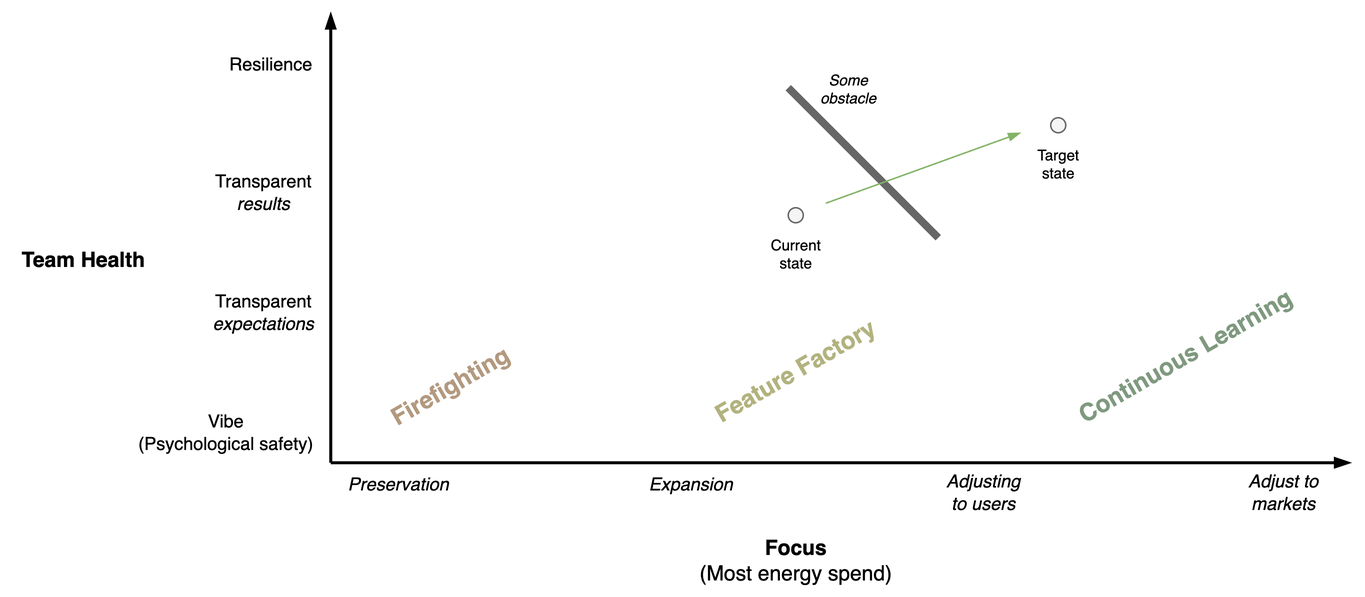
The draw.io diagram img/map-maturity-health.png in voschezang/coding-handbook, before a commit. Source tidied: cells renumbered, new cells last; positions are measured from the earlier drawing's top-left corner, leaving out a move shared by most shapes. The source it was exported from:
```xml
<mxGraphModel>
  <root>
    <mxCell id="0" />
    <mxCell id="1" parent="0" />
    <mxCell id="2" style="endArrow=blockThin;html=1;rounded=0;labelBackgroundColor=default;strokeColor=default;align=center;verticalAlign=middle;fontFamily=Helvetica;fontSize=11;fontColor=default;shape=connector;strokeWidth=2;endFill=1;" parent="1" edge="1">
      <mxGeometry relative="1" as="geometry">
        <mxPoint x="220" y="300" as="sourcePoint" />
        <mxPoint x="900" y="300" as="targetPoint" />
      </mxGeometry>
    </mxCell>
    <mxCell id="3" style="endArrow=blockThin;html=1;rounded=0;labelBackgroundColor=default;strokeColor=default;align=center;verticalAlign=middle;fontFamily=Helvetica;fontSize=11;fontColor=default;shape=connector;strokeWidth=2;endFill=1;" parent="1" edge="1">
      <mxGeometry relative="1" as="geometry">
        <mxPoint x="220" y="300" as="sourcePoint" />
        <mxPoint x="220" as="targetPoint" />
      </mxGeometry>
    </mxCell>
    <mxCell id="4" value="&lt;font style=&quot;font-size: 12px;&quot;&gt;Preservation&lt;br&gt;&lt;/font&gt;" style="text;html=1;align=center;verticalAlign=middle;strokeColor=none;fillColor=none;fontSize=11;fontFamily=Helvetica;fontColor=default;fontStyle=2;" parent="1" vertex="1">
      <mxGeometry x="220" y="300" width="90" height="30" as="geometry" />
    </mxCell>
    <mxCell id="5" value="&lt;font style=&quot;&quot;&gt;Focus&lt;br&gt;&lt;span style=&quot;font-weight: normal;&quot;&gt;(Most energy spend)&lt;/span&gt;&lt;br&gt;&lt;/font&gt;" style="text;html=1;align=center;verticalAlign=middle;strokeColor=none;fillColor=none;fontSize=14;fontFamily=Helvetica;fontColor=default;fontStyle=1;" parent="1" vertex="1">
      <mxGeometry x="455" y="340" width="150" height="50" as="geometry" />
    </mxCell>
    <mxCell id="6" value="&lt;font style=&quot;font-size: 12px;&quot;&gt;Expansion&lt;br&gt;&lt;/font&gt;" style="text;html=1;align=center;verticalAlign=middle;strokeColor=none;fillColor=none;fontSize=11;fontFamily=Helvetica;fontColor=default;fontStyle=2;" parent="1" vertex="1">
      <mxGeometry x="420" y="300" width="80" height="30" as="geometry" />
    </mxCell>
    <mxCell id="7" value="&lt;font style=&quot;font-size: 12px;&quot;&gt;Adjusting&lt;br&gt;to users&lt;br&gt;&lt;/font&gt;" style="text;html=1;align=center;verticalAlign=middle;strokeColor=none;fillColor=none;fontSize=11;fontFamily=Helvetica;fontColor=default;fontStyle=2;" parent="1" vertex="1">
      <mxGeometry x="620" y="300" width="70" height="40" as="geometry" />
    </mxCell>
    <mxCell id="8" value="Target&lt;br&gt;state" style="text;html=1;align=center;verticalAlign=middle;strokeColor=none;fillColor=none;fontSize=10;fontFamily=Helvetica;fontColor=default;" parent="1" vertex="1">
      <mxGeometry x="680" y="80" width="50" height="40" as="geometry" />
    </mxCell>
    <mxCell id="9" style="ellipse;whiteSpace=wrap;html=1;fontFamily=Helvetica;fontSize=11;fontColor=#333333;fillColor=#f5f5f5;strokeColor=#666666;" parent="1" vertex="1">
      <mxGeometry x="700" y="70" width="10" height="10" as="geometry" />
    </mxCell>
    <mxCell id="10" value="&lt;span style=&quot;font-size: 12px;&quot;&gt;&lt;span style=&quot;font-style: normal;&quot;&gt;Transparent&lt;/span&gt;&lt;br&gt;expectations&lt;br&gt;&lt;/span&gt;" style="text;html=1;align=center;verticalAlign=middle;strokeColor=none;fillColor=none;fontSize=11;fontFamily=Helvetica;fontColor=default;fontStyle=2;" parent="1" vertex="1">
      <mxGeometry x="130" y="180" width="90" height="40" as="geometry" />
    </mxCell>
    <mxCell id="11" value="&lt;span style=&quot;font-size: 12px;&quot;&gt;Transparent&lt;br&gt;&lt;i&gt;results&lt;/i&gt;&lt;br&gt;&lt;/span&gt;" style="text;html=1;align=center;verticalAlign=middle;strokeColor=none;fillColor=none;fontSize=11;fontFamily=Helvetica;fontColor=default;fontStyle=0;" parent="1" vertex="1">
      <mxGeometry x="130" y="100" width="90" height="40" as="geometry" />
    </mxCell>
    <mxCell id="12" value="&lt;span style=&quot;font-size: 12px;&quot;&gt;Vibe&lt;br&gt;&lt;/span&gt;&lt;span style=&quot;font-size: 12px;&quot;&gt;(Psychological safety)&lt;/span&gt;" style="text;html=1;align=center;verticalAlign=middle;strokeColor=none;fillColor=none;fontSize=11;fontFamily=Helvetica;fontColor=default;fontStyle=0;" parent="1" vertex="1">
      <mxGeometry x="80" y="260" width="140" height="40" as="geometry" />
    </mxCell>
    <mxCell id="13" value="Current&lt;br&gt;state" style="text;html=1;align=center;verticalAlign=middle;strokeColor=none;fillColor=none;fontSize=10;fontFamily=Helvetica;fontColor=default;" parent="1" vertex="1">
      <mxGeometry x="500" y="140" width="60" height="40" as="geometry" />
    </mxCell>
    <mxCell id="14" style="ellipse;whiteSpace=wrap;html=1;fontFamily=Helvetica;fontSize=11;fontColor=#333333;fillColor=#f5f5f5;strokeColor=#666666;" parent="1" vertex="1">
      <mxGeometry x="525" y="130" width="10" height="10" as="geometry" />
    </mxCell>
    <mxCell id="15" value="&lt;font style=&quot;font-size: 12px;&quot;&gt;Adjust to&lt;br&gt;markets&lt;br&gt;&lt;/font&gt;" style="text;html=1;align=center;verticalAlign=middle;strokeColor=none;fillColor=none;fontSize=11;fontFamily=Helvetica;fontColor=default;fontStyle=2;" parent="1" vertex="1">
      <mxGeometry x="820" y="300" width="70" height="40" as="geometry" />
    </mxCell>
    <mxCell id="16" value="&lt;p style=&quot;line-height: 120%;&quot;&gt;&lt;span style=&quot;font-size: 16px;&quot;&gt;Firefighting&lt;/span&gt;&lt;/p&gt;" style="text;html=1;align=center;verticalAlign=middle;strokeColor=none;fillColor=none;fontSize=14;fontFamily=Helvetica;fontColor=#663300;fontStyle=1;textOpacity=50;rotation=-30;" parent="1" vertex="1">
      <mxGeometry x="245" y="220" width="110" height="60" as="geometry" />
    </mxCell>
    <mxCell id="17" value="&lt;font style=&quot;&quot;&gt;Team Health&lt;br&gt;&lt;/font&gt;" style="text;html=1;align=center;verticalAlign=middle;strokeColor=none;fillColor=none;fontSize=14;fontFamily=Helvetica;fontColor=default;fontStyle=1;" parent="1" vertex="1">
      <mxGeometry y="150" width="110" height="30" as="geometry" />
    </mxCell>
    <mxCell id="18" value="&lt;span style=&quot;font-size: 12px;&quot;&gt;Resilience&lt;br&gt;&lt;/span&gt;" style="text;html=1;align=center;verticalAlign=middle;strokeColor=none;fillColor=none;fontSize=11;fontFamily=Helvetica;fontColor=default;fontStyle=0;" parent="1" vertex="1">
      <mxGeometry x="140" y="20" width="80" height="30" as="geometry" />
    </mxCell>
    <mxCell id="19" value="&lt;p style=&quot;line-height: 120%;&quot;&gt;&lt;span style=&quot;font-size: 16px;&quot;&gt;Feature Factory&lt;/span&gt;&lt;/p&gt;" style="text;html=1;align=center;verticalAlign=middle;strokeColor=none;fillColor=none;fontSize=14;fontFamily=Helvetica;fontColor=#666600;fontStyle=1;textOpacity=50;rotation=-30;" parent="1" vertex="1">
      <mxGeometry x="460" y="210" width="140" height="60" as="geometry" />
    </mxCell>
    <mxCell id="20" value="&lt;p style=&quot;line-height: 120%;&quot;&gt;&lt;span style=&quot;font-size: 16px;&quot;&gt;Continuous Learning&lt;/span&gt;&lt;/p&gt;" style="text;html=1;align=center;verticalAlign=middle;strokeColor=none;fillColor=none;fontSize=14;fontFamily=Helvetica;fontColor=#003300;fontStyle=1;textOpacity=50;rotation=-30;" parent="1" vertex="1">
      <mxGeometry x="700" y="200" width="180" height="60" as="geometry" />
    </mxCell>
    <mxCell id="21" style="endArrow=none;html=1;rounded=0;strokeWidth=5;fillColor=#f5f5f5;strokeColor=#666666;" parent="1" edge="1">
      <mxGeometry relative="1" as="geometry">
        <mxPoint x="625" y="150" as="sourcePoint" />
        <mxPoint x="525" y="50" as="targetPoint" />
      </mxGeometry>
    </mxCell>
    <mxCell id="22" style="endArrow=blockThin;html=1;rounded=0;endFill=1;fillColor=#d5e8d4;strokeColor=#82b366;" parent="1" edge="1">
      <mxGeometry relative="1" as="geometry">
        <mxPoint x="550" y="127" as="sourcePoint" />
        <mxPoint x="680" y="80" as="targetPoint" />
      </mxGeometry>
    </mxCell>
    <mxCell id="23" value="Some&lt;br&gt;obstacle" style="text;html=1;align=center;verticalAlign=middle;strokeColor=none;fillColor=none;fontSize=10;fontFamily=Helvetica;fontColor=default;fontStyle=2;" parent="1" vertex="1">
      <mxGeometry x="535" y="30" width="60" height="40" as="geometry" />
    </mxCell>
  </root>
</mxGraphModel>
```
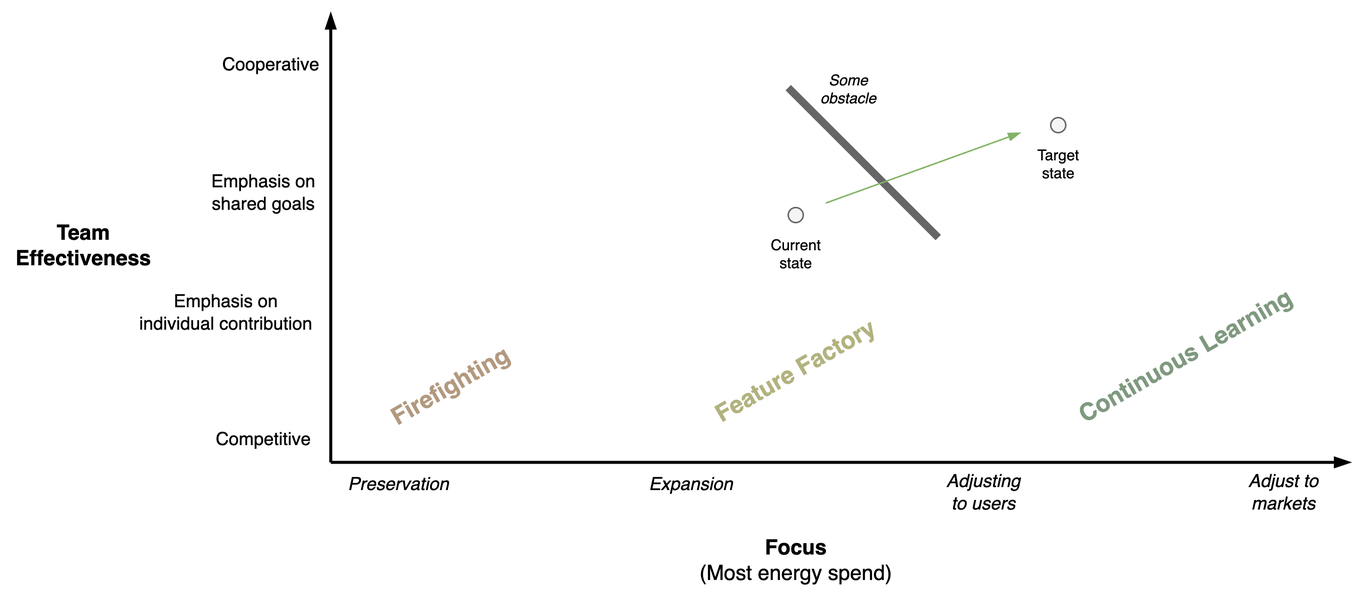
After the change.

The edit, as a diff of the source:
```diff
@@ -32,14 +32,14 @@
     <mxCell id="9" style="ellipse;whiteSpace=wrap;html=1;fontFamily=Helvetica;fontSize=11;fontColor=#333333;fillColor=#f5f5f5;strokeColor=#666666;" parent="1" vertex="1">
       <mxGeometry x="700" y="70" width="10" height="10" as="geometry" />
     </mxCell>
-    <mxCell id="10" value="&lt;span style=&quot;font-size: 12px;&quot;&gt;&lt;span style=&quot;font-style: normal;&quot;&gt;Transparent&lt;/span&gt;&lt;br&gt;expectations&lt;br&gt;&lt;/span&gt;" style="text;html=1;align=center;verticalAlign=middle;strokeColor=none;fillColor=none;fontSize=11;fontFamily=Helvetica;fontColor=default;fontStyle=2;" parent="1" vertex="1">
-      <mxGeometry x="130" y="180" width="90" height="40" as="geometry" />
+    <mxCell id="10" value="&lt;span style=&quot;font-size: 12px;&quot;&gt;&lt;span style=&quot;&quot;&gt;Emphasis on&lt;br&gt;&lt;/span&gt;individual contribution&lt;br&gt;&lt;/span&gt;" style="text;html=1;align=center;verticalAlign=middle;strokeColor=none;fillColor=none;fontSize=11;fontFamily=Helvetica;fontColor=default;fontStyle=0;" parent="1" vertex="1">
+      <mxGeometry x="80" y="180" width="140" height="40" as="geometry" />
     </mxCell>
-    <mxCell id="11" value="&lt;span style=&quot;font-size: 12px;&quot;&gt;Transparent&lt;br&gt;&lt;i&gt;results&lt;/i&gt;&lt;br&gt;&lt;/span&gt;" style="text;html=1;align=center;verticalAlign=middle;strokeColor=none;fillColor=none;fontSize=11;fontFamily=Helvetica;fontColor=default;fontStyle=0;" parent="1" vertex="1">
+    <mxCell id="11" value="&lt;span style=&quot;font-size: 12px;&quot;&gt;Emphasis on &lt;br&gt;shared goals&lt;br&gt;&lt;/span&gt;" style="text;html=1;align=center;verticalAlign=middle;strokeColor=none;fillColor=none;fontSize=11;fontFamily=Helvetica;fontColor=default;fontStyle=0;" parent="1" vertex="1">
       <mxGeometry x="130" y="100" width="90" height="40" as="geometry" />
     </mxCell>
-    <mxCell id="12" value="&lt;span style=&quot;font-size: 12px;&quot;&gt;Vibe&lt;br&gt;&lt;/span&gt;&lt;span style=&quot;font-size: 12px;&quot;&gt;(Psychological safety)&lt;/span&gt;" style="text;html=1;align=center;verticalAlign=middle;strokeColor=none;fillColor=none;fontSize=11;fontFamily=Helvetica;fontColor=default;fontStyle=0;" parent="1" vertex="1">
-      <mxGeometry x="80" y="260" width="140" height="40" as="geometry" />
+    <mxCell id="12" value="&lt;span style=&quot;font-size: 12px;&quot;&gt;Competitive&lt;/span&gt;" style="text;html=1;align=center;verticalAlign=middle;strokeColor=none;fillColor=none;fontSize=11;fontFamily=Helvetica;fontColor=default;fontStyle=0;" parent="1" vertex="1">
+      <mxGeometry x="130" y="270" width="90" height="30" as="geometry" />
     </mxCell>
     <mxCell id="13" value="Current&lt;br&gt;state" style="text;html=1;align=center;verticalAlign=middle;strokeColor=none;fillColor=none;fontSize=10;fontFamily=Helvetica;fontColor=default;" parent="1" vertex="1">
       <mxGeometry x="500" y="140" width="60" height="40" as="geometry" />
@@ -53,11 +53,11 @@
     <mxCell id="16" value="&lt;p style=&quot;line-height: 120%;&quot;&gt;&lt;span style=&quot;font-size: 16px;&quot;&gt;Firefighting&lt;/span&gt;&lt;/p&gt;" style="text;html=1;align=center;verticalAlign=middle;strokeColor=none;fillColor=none;fontSize=14;fontFamily=Helvetica;fontColor=#663300;fontStyle=1;textOpacity=50;rotation=-30;" parent="1" vertex="1">
       <mxGeometry x="245" y="220" width="110" height="60" as="geometry" />
     </mxCell>
-    <mxCell id="17" value="&lt;font style=&quot;&quot;&gt;Team Health&lt;br&gt;&lt;/font&gt;" style="text;html=1;align=center;verticalAlign=middle;strokeColor=none;fillColor=none;fontSize=14;fontFamily=Helvetica;fontColor=default;fontStyle=1;" parent="1" vertex="1">
-      <mxGeometry y="150" width="110" height="30" as="geometry" />
+    <mxCell id="17" value="&lt;font style=&quot;&quot;&gt;Team&lt;br&gt;Effectiveness&lt;br&gt;&lt;/font&gt;" style="text;html=1;align=center;verticalAlign=middle;strokeColor=none;fillColor=none;fontSize=14;fontFamily=Helvetica;fontColor=default;fontStyle=1;" parent="1" vertex="1">
+      <mxGeometry y="130" width="110" height="50" as="geometry" />
     </mxCell>
-    <mxCell id="18" value="&lt;span style=&quot;font-size: 12px;&quot;&gt;Resilience&lt;br&gt;&lt;/span&gt;" style="text;html=1;align=center;verticalAlign=middle;strokeColor=none;fillColor=none;fontSize=11;fontFamily=Helvetica;fontColor=default;fontStyle=0;" parent="1" vertex="1">
-      <mxGeometry x="140" y="20" width="80" height="30" as="geometry" />
+    <mxCell id="18" value="&lt;span style=&quot;font-size: 12px;&quot;&gt;Cooperative&lt;br&gt;&lt;/span&gt;" style="text;html=1;align=center;verticalAlign=middle;strokeColor=none;fillColor=none;fontSize=11;fontFamily=Helvetica;fontColor=default;fontStyle=0;" parent="1" vertex="1">
+      <mxGeometry x="135" y="20" width="90" height="30" as="geometry" />
     </mxCell>
     <mxCell id="19" value="&lt;p style=&quot;line-height: 120%;&quot;&gt;&lt;span style=&quot;font-size: 16px;&quot;&gt;Feature Factory&lt;/span&gt;&lt;/p&gt;" style="text;html=1;align=center;verticalAlign=middle;strokeColor=none;fillColor=none;fontSize=14;fontFamily=Helvetica;fontColor=#666600;fontStyle=1;textOpacity=50;rotation=-30;" parent="1" vertex="1">
       <mxGeometry x="460" y="210" width="140" height="60" as="geometry" />
```
